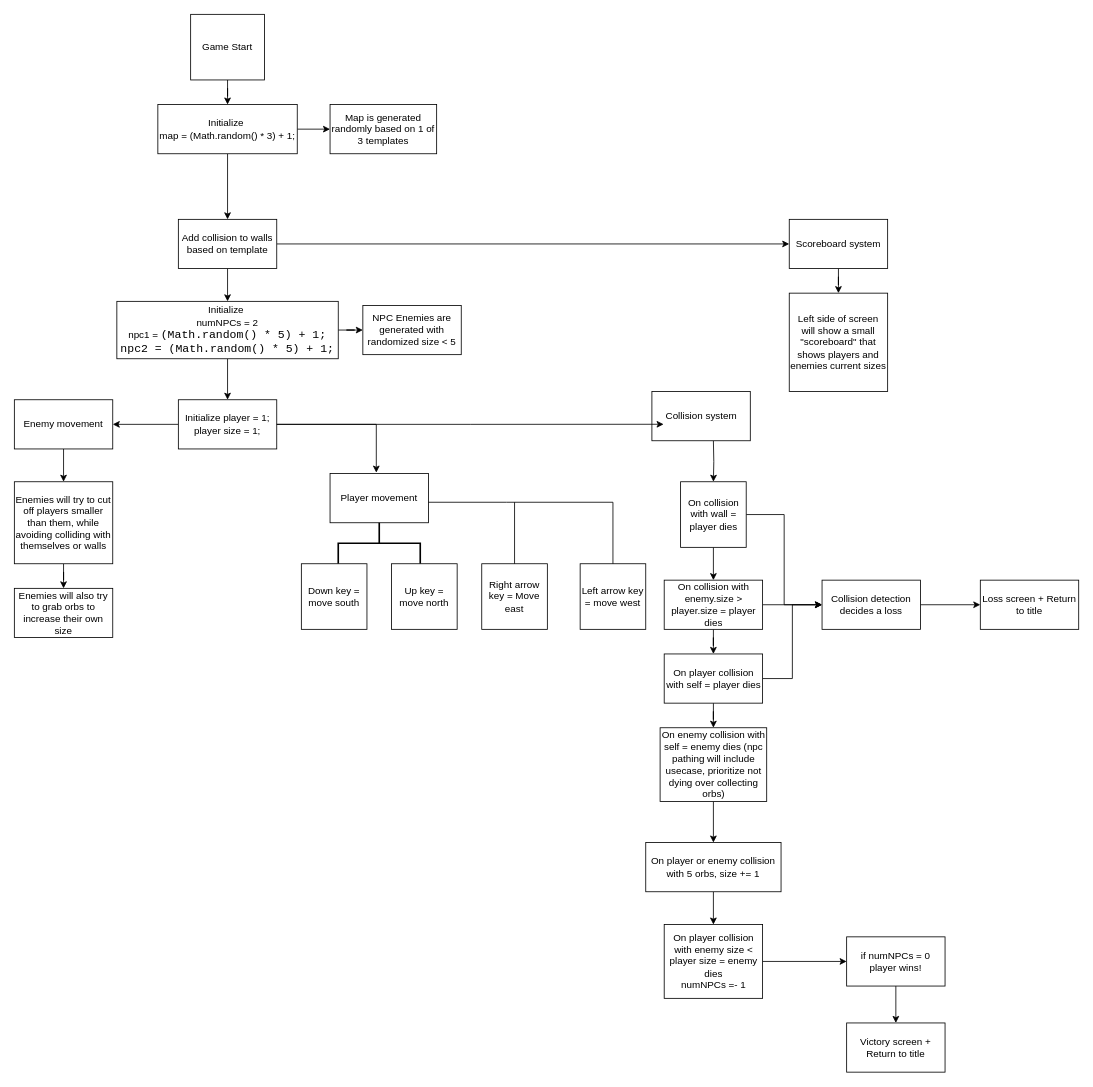
Above: docs/GreenFoot Flowchart.drawio in hick872/CSC170 (draw.io), before the change. Source tidied: cells renumbered, new cells numbered last; positions are measured from the earlier drawing's top-left corner, leaving out a move shared by most shapes. Both pictures are drawn from the tidied source at 82%, with x=0, y=0 at pixel (14, 14).
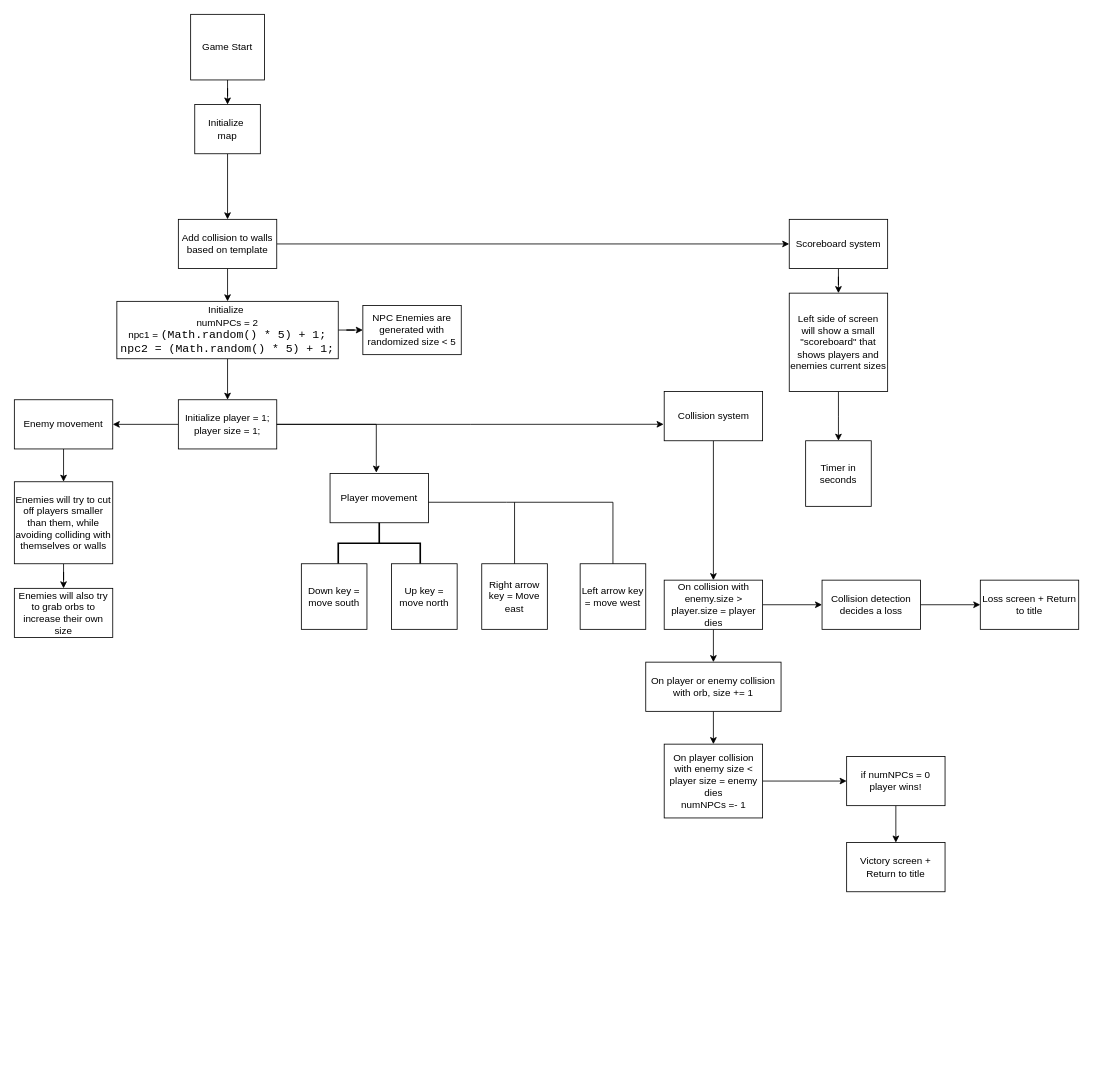
After the change.

Unchanged cells that the change refers to:
```xml
<mxCell id="32" value="On collision with enemy.size &amp;gt; player.size = player dies" style="whiteSpace=wrap;html=1;" parent="1" vertex="1">
  <mxGeometry x="792.5" y="690" width="120" height="60" as="geometry" />
</mxCell>
<mxCell id="48" value="Collision detection decides a loss" style="whiteSpace=wrap;html=1;rounded=0;" parent="1" vertex="1">
  <mxGeometry x="985" y="690" width="120" height="60" as="geometry" />
</mxCell>
<mxCell id="59" value="Left side of screen will show a small &quot;scoreboard&quot; that shows players and enemies current sizes" style="whiteSpace=wrap;html=1;rounded=0;" parent="1" vertex="1">
  <mxGeometry x="945" y="340" width="120" height="120" as="geometry" />
</mxCell>
```

Diff of the diagram source:
```diff
@@
-    <mxCell id="4" value="Map is generated randomly based on 1 of 3 templates" style="whiteSpace=wrap;html=1;rounded=0;" parent="1" vertex="1">
-      <mxGeometry x="385" y="110" width="130" height="60" as="geometry" />
-    </mxCell>
@@
-    <mxCell id="6" style="edgeStyle=orthogonalEdgeStyle;rounded=0;jettySize=auto;html=1;defaultLabelBackgroundColor=page;" parent="1" edge="1" source="8" target="4">
-      <mxGeometry relative="1" as="geometry" />
-    </mxCell>
@@
-    <mxCell id="8" value="Initialize&amp;nbsp;&lt;div&gt;map = (Math.random() * 3) + 1;&lt;/div&gt;" style="whiteSpace=wrap;html=1;rounded=0;" parent="1" vertex="1">
-      <mxGeometry x="175" y="110" width="170" height="60" as="geometry" />
+    <mxCell id="8" value="Initialize&amp;nbsp;&lt;div&gt;map&lt;/div&gt;" style="whiteSpace=wrap;html=1;rounded=0;" parent="1" vertex="1">
+      <mxGeometry x="220" y="110" width="80" height="60" as="geometry" />
     </mxCell>
@@
-    <mxCell id="25" style="edgeStyle=orthogonalEdgeStyle;rounded=0;jettySize=auto;html=1;defaultLabelBackgroundColor=page;" parent="1" edge="1" source="27" target="32">
-      <mxGeometry relative="1" as="geometry" />
-    </mxCell>
-    <mxCell id="26" style="edgeStyle=orthogonalEdgeStyle;rounded=0;jettySize=auto;html=1;entryX=0;entryY=0.5;entryDx=0;entryDy=0;defaultLabelBackgroundColor=page;labelPadding=0 4;" parent="1" edge="1" source="27" target="48">
-      <mxGeometry relative="1" as="geometry" />
-    </mxCell>
-    <mxCell id="27" value="On collision with wall = player dies" style="whiteSpace=wrap;html=1;" parent="1" vertex="1">
-      <mxGeometry x="812.5" y="570" width="80" height="80" as="geometry" />
-    </mxCell>
@@
-    <mxCell id="30" style="edgeStyle=orthogonalEdgeStyle;rounded=0;jettySize=auto;html=1;defaultLabelBackgroundColor=page;" parent="1" edge="1" source="32" target="35">
-      <mxGeometry relative="1" as="geometry" />
-    </mxCell>
@@
+    <mxCell id="60" style="edgeStyle=orthogonalEdgeStyle;rounded=0;jettySize=auto;html=1;entryX=0.5;entryY=0;entryDx=0;entryDy=0;defaultLabelBackgroundColor=page;labelPadding=0 4;" parent="1" edge="1" source="32" target="39">
+      <mxGeometry relative="1" as="geometry" />
+    </mxCell>
@@
-    <mxCell id="33" style="edgeStyle=orthogonalEdgeStyle;rounded=0;jettySize=auto;html=1;defaultLabelBackgroundColor=page;" parent="1" edge="1" source="35" target="37">
-      <mxGeometry relative="1" as="geometry" />
-    </mxCell>
-    <mxCell id="34" style="edgeStyle=orthogonalEdgeStyle;rounded=0;jettySize=auto;html=1;entryX=0;entryY=0.5;entryDx=0;entryDy=0;defaultLabelBackgroundColor=page;labelPadding=0 4;" parent="1" edge="1" source="35" target="48">
-      <mxGeometry relative="1" as="geometry" />
-    </mxCell>
-    <mxCell id="35" value="On player collision with self = player dies" style="whiteSpace=wrap;html=1;" parent="1" vertex="1">
-      <mxGeometry x="792.5" y="780" width="120" height="60" as="geometry" />
-    </mxCell>
-    <mxCell id="36" style="edgeStyle=orthogonalEdgeStyle;rounded=0;jettySize=auto;html=1;defaultLabelBackgroundColor=page;" parent="1" edge="1" source="37" target="39">
-      <mxGeometry relative="1" as="geometry" />
-    </mxCell>
-    <mxCell id="37" value="On enemy collision with self = enemy dies (npc pathing will include usecase, prioritize not dying over collecting orbs)" style="whiteSpace=wrap;html=1;" parent="1" vertex="1">
-      <mxGeometry x="787.5" y="870" width="130" height="90" as="geometry" />
-    </mxCell>
@@
-    <mxCell id="39" value="On player or enemy collision with 5 orbs, size += 1" style="whiteSpace=wrap;html=1;" parent="1" vertex="1">
-      <mxGeometry x="770" y="1010" width="165" height="60" as="geometry" />
+    <mxCell id="39" value="On player or enemy collision with orb, size += 1" style="whiteSpace=wrap;html=1;" parent="1" vertex="1">
+      <mxGeometry x="770" y="790" width="165" height="60" as="geometry" />
     </mxCell>
-    <mxCell id="40" style="edgeStyle=orthogonalEdgeStyle;rounded=0;jettySize=auto;html=1;defaultLabelBackgroundColor=page;" parent="1" edge="1" target="27">
-      <mxGeometry relative="1" as="geometry">
-        <mxPoint x="852.5" y="520" as="sourcePoint" />
-      </mxGeometry>
-    </mxCell>
+    <mxCell id="61" style="edgeStyle=orthogonalEdgeStyle;rounded=0;jettySize=auto;html=1;defaultLabelBackgroundColor=page;labelPadding=0 4;" parent="1" edge="1" source="41" target="32">
+      <mxGeometry relative="1" as="geometry" />
+    </mxCell>
     <mxCell id="41" value="Collision system" style="whiteSpace=wrap;html=1;rounded=0;" parent="1" vertex="1">
-      <mxGeometry x="777.5" y="460" width="120" height="60" as="geometry" />
+      <mxGeometry x="792.5" y="460" width="120" height="60" as="geometry" />
     </mxCell>
@@
     <mxCell id="43" value="if numNPCs = 0&lt;div&gt;player wins!&lt;/div&gt;" style="whiteSpace=wrap;html=1;rounded=0;" parent="1" vertex="1">
-      <mxGeometry x="1015" y="1125" width="120" height="60" as="geometry" />
+      <mxGeometry x="1015" y="905" width="120" height="60" as="geometry" />
     </mxCell>
@@
     <mxCell id="45" value="On player collision with enemy size &amp;lt; player size = enemy dies&lt;div&gt;numNPCs =- 1&lt;/div&gt;" style="whiteSpace=wrap;html=1;" parent="1" vertex="1">
-      <mxGeometry x="792.5" y="1110" width="120" height="90" as="geometry" />
+      <mxGeometry x="792.5" y="890" width="120" height="90" as="geometry" />
     </mxCell>
     <mxCell id="46" value="Victory screen +&lt;div&gt;Return to title&lt;/div&gt;" style="whiteSpace=wrap;html=1;rounded=0;" parent="1" vertex="1">
-      <mxGeometry x="1015" y="1230" width="120" height="60" as="geometry" />
+      <mxGeometry x="1015" y="1010" width="120" height="60" as="geometry" />
     </mxCell>
@@
+    <mxCell id="62" style="edgeStyle=orthogonalEdgeStyle;rounded=0;jettySize=auto;html=1;defaultLabelBackgroundColor=page;labelPadding=0 4;" parent="1" edge="1" source="59">
+      <mxGeometry relative="1" as="geometry">
+        <mxPoint x="1005" y="520" as="targetPoint" />
+      </mxGeometry>
+    </mxCell>
@@
+    <mxCell id="63" value="Timer in seconds" style="whiteSpace=wrap;html=1;" parent="1" vertex="1">
+      <mxGeometry x="965" y="520" width="80" height="80" as="geometry" />
+    </mxCell>
```
